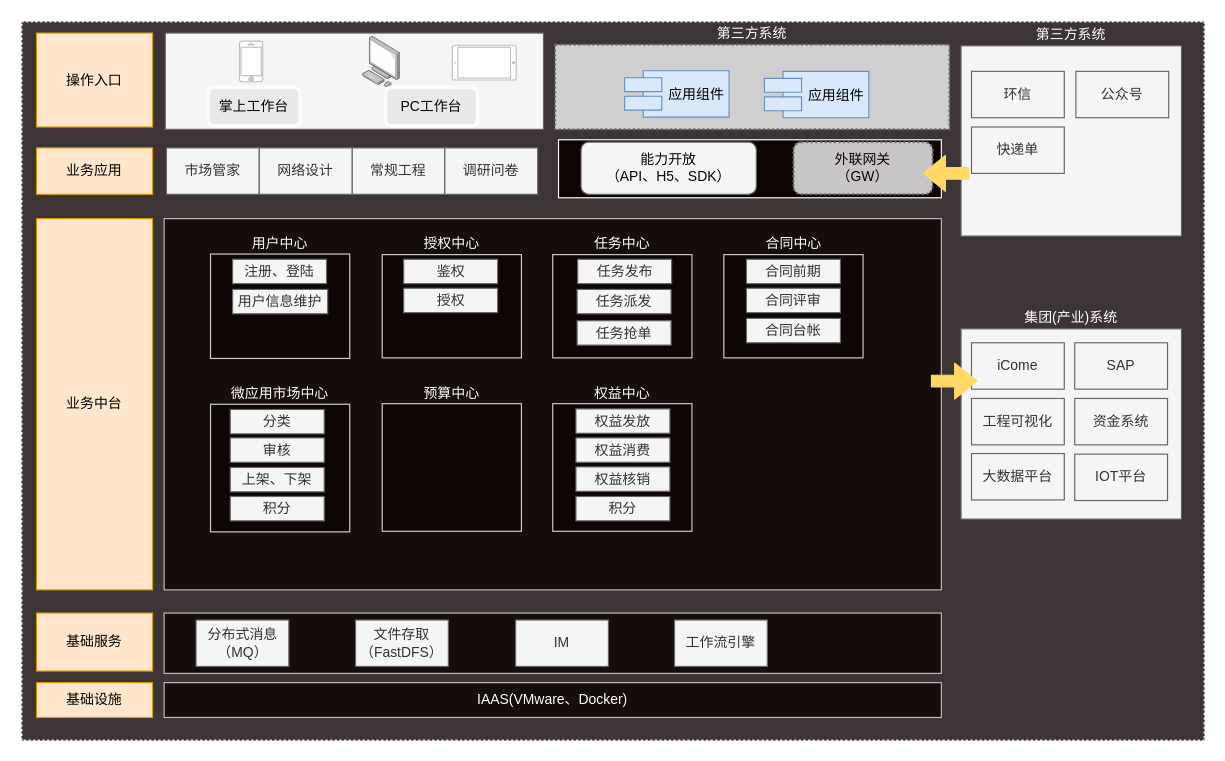
chinadragonsjz/project keeps this draw.io diagram as page "股份业务中台架构图" (3 of 26) of MQ服务.drawio. Above is the earlier version. Source tidied: cells renumbered, new cells numbered last; positions are measured from the earlier drawing's top-left corner, leaving out a move shared by most shapes. Both pictures are drawn from the tidied source at 116%, with x=0, y=0 at pixel (21, 21).
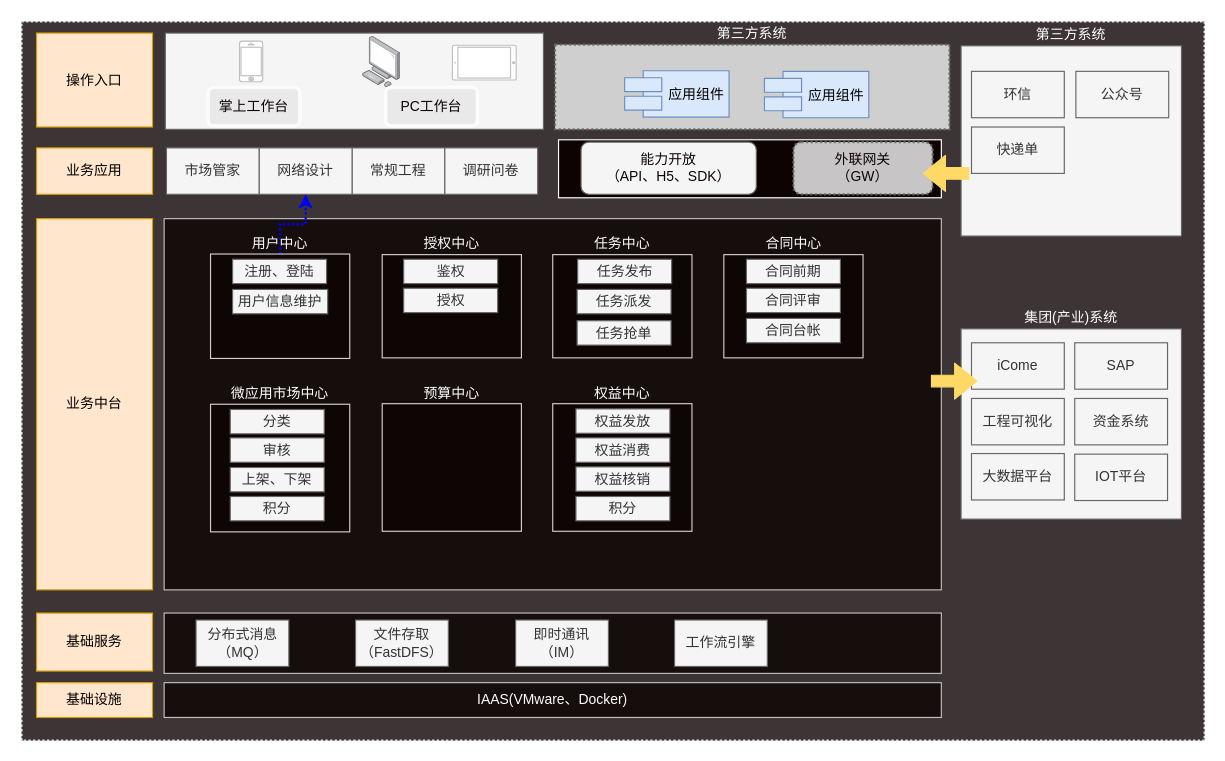
Above is the later version.

Unchanged cells that the change refers to:
```xml
<mxCell id="26" value="网络设计" style="rounded=0;whiteSpace=wrap;html=1;strokeColor=#666666;strokeWidth=1;fillColor=#f5f5f5;fontColor=#333333;align=center;" parent="1" vertex="1">
  <mxGeometry x="205" y="109" width="80" height="40" as="geometry" />
</mxCell>
<mxCell id="29" value="&lt;font color=&quot;#ffffff&quot;&gt;用户中心&lt;/font&gt;" style="rounded=0;whiteSpace=wrap;html=1;strokeColor=#FFFFFF;strokeWidth=1;fillColor=#0D0303;fontColor=#0D0303;opacity=80;align=center;labelPosition=center;verticalLabelPosition=top;verticalAlign=bottom;" parent="1" vertex="1">
  <mxGeometry x="163" y="200.5" width="120" height="90" as="geometry" />
</mxCell>
```

The edit, as a diff of the source:
```diff
@@
+    <mxCell id="74" style="edgeStyle=orthogonalEdgeStyle;rounded=0;jettySize=auto;html=1;dashed=1;dashPattern=1 1;strokeColor=#0000FF;strokeWidth=2;" parent="1" edge="1" source="29" target="26">
+      <mxGeometry relative="1" as="geometry" />
+    </mxCell>
@@
-    <mxCell id="36" value="IM" style="rounded=0;whiteSpace=wrap;html=1;strokeColor=#666666;strokeWidth=1;fillColor=#f5f5f5;fontColor=#333333;align=center;" parent="1" vertex="1">
+    <mxCell id="36" value="即时通讯（IM）" style="rounded=0;whiteSpace=wrap;html=1;strokeColor=#666666;strokeWidth=1;fillColor=#f5f5f5;fontColor=#333333;align=center;" parent="1" vertex="1">
       <mxGeometry x="426" y="516" width="80" height="40" as="geometry" />
     </mxCell>
```
